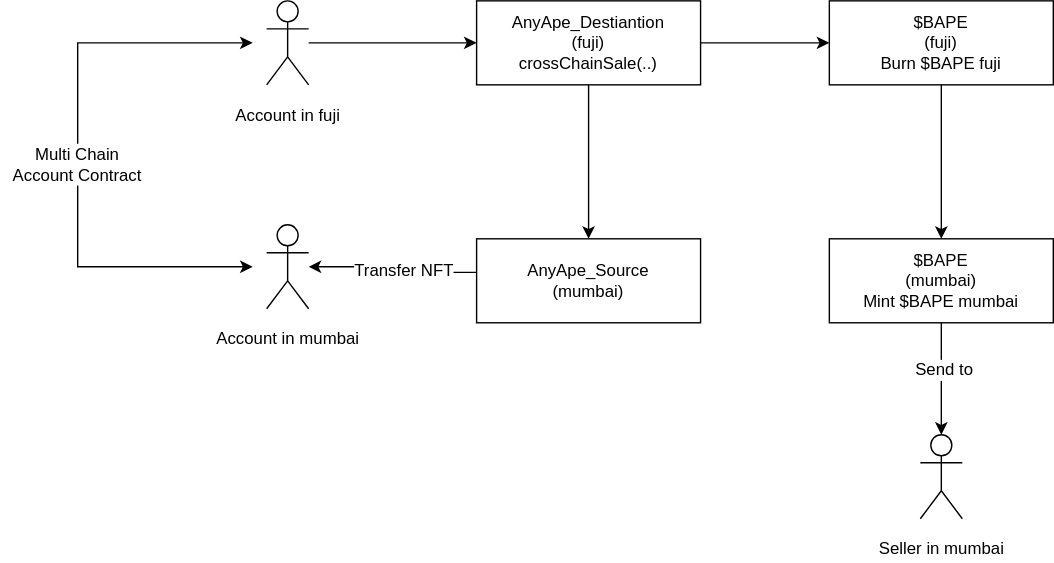
Nava-Labs/any-ape-contracts keeps this draw.io diagram as asset/CrossChainSale.svg. Above is the earlier version. Source tidied: cells renumbered, new cells last; positions are measured from the earlier drawing's top-left corner, leaving out a move shared by most shapes. Its diagram source:
```xml
<mxGraphModel>
  <root>
    <mxCell id="0" />
    <mxCell id="1" parent="0" />
    <mxCell id="2" style="group;" parent="1" vertex="1">
      <mxGeometry width="752" height="370" as="geometry" />
    </mxCell>
    <mxCell id="3" value="Multi Chain&lt;br&gt;Account Contract" style="text;html=1;strokeColor=none;fillColor=none;align=center;verticalAlign=middle;whiteSpace=wrap;rounded=0;fontSize=12;" parent="2" vertex="1">
      <mxGeometry y="102" width="110" height="30" as="geometry" />
    </mxCell>
    <mxCell id="4" style="group;" parent="2" vertex="1">
      <mxGeometry x="55" width="697" height="370" as="geometry" />
    </mxCell>
    <mxCell id="5" value="&lt;font style=&quot;font-size: 12px;&quot;&gt;Account in fuji&lt;/font&gt;" style="shape=umlActor;verticalLabelPosition=bottom;verticalAlign=top;html=1;outlineConnect=0;fontSize=20;" parent="4" vertex="1">
      <mxGeometry x="135" width="30" height="60" as="geometry" />
    </mxCell>
    <mxCell id="6" value="AnyApe_Destiantion&lt;br&gt;(fuji)&lt;br&gt;crossChainSale(..)" style="rounded=0;whiteSpace=wrap;html=1;" parent="4" vertex="1">
      <mxGeometry x="285" width="160" height="60" as="geometry" />
    </mxCell>
    <mxCell id="7" value="$BAPE&lt;br&gt;(mumbai)&lt;br&gt;Mint $BAPE mumbai" style="rounded=0;whiteSpace=wrap;html=1;" parent="4" vertex="1">
      <mxGeometry x="537" y="170" width="160" height="60" as="geometry" />
    </mxCell>
    <mxCell id="8" style="endArrow=classic;html=1;rounded=0;entryX=0;entryY=0.5;entryDx=0;entryDy=0;" parent="4" edge="1" source="5" target="6">
      <mxGeometry relative="1" as="geometry" />
    </mxCell>
    <mxCell id="9" value="&lt;font style=&quot;font-size: 12px;&quot;&gt;Seller in mumbai&lt;/font&gt;" style="shape=umlActor;verticalLabelPosition=bottom;verticalAlign=top;html=1;outlineConnect=0;fontSize=20;" parent="4" vertex="1">
      <mxGeometry x="602" y="310" width="30" height="60" as="geometry" />
    </mxCell>
    <mxCell id="10" style="edgeStyle=orthogonalEdgeStyle;rounded=0;jettySize=auto;html=1;fontSize=12;" parent="4" edge="1" source="7" target="9">
      <mxGeometry relative="1" as="geometry" />
    </mxCell>
    <mxCell id="11" value="Send to" style="edgeLabel;html=1;align=center;verticalAlign=middle;fontSize=12;" parent="10" vertex="1">
      <mxGeometry x="-0.17" y="1" relative="1" as="geometry" />
    </mxCell>
    <mxCell id="12" value="AnyApe_Source&lt;br style=&quot;border-color: var(--border-color);&quot;&gt;(mumbai)" style="rounded=0;whiteSpace=wrap;html=1;" parent="4" vertex="1">
      <mxGeometry x="285" y="170" width="160" height="60" as="geometry" />
    </mxCell>
    <mxCell id="13" value="$BAPE&lt;br&gt;(fuji)&lt;br&gt;Burn $BAPE fuji" style="rounded=0;whiteSpace=wrap;html=1;" parent="4" vertex="1">
      <mxGeometry x="537" width="160" height="60" as="geometry" />
    </mxCell>
    <mxCell id="14" style="endArrow=classic;html=1;rounded=0;fontSize=12;exitX=1;exitY=0.5;exitDx=0;exitDy=0;entryX=0;entryY=0.5;entryDx=0;entryDy=0;" parent="4" edge="1" source="6" target="13">
      <mxGeometry relative="1" as="geometry" />
    </mxCell>
    <mxCell id="15" style="endArrow=classic;html=1;rounded=0;fontSize=12;exitX=0.5;exitY=1;exitDx=0;exitDy=0;entryX=0.5;entryY=0;entryDx=0;entryDy=0;" parent="4" edge="1" source="13" target="7">
      <mxGeometry relative="1" as="geometry" />
    </mxCell>
    <mxCell id="16" style="endArrow=classic;html=1;rounded=0;fontSize=12;exitX=0.5;exitY=1;exitDx=0;exitDy=0;entryX=0.5;entryY=0;entryDx=0;entryDy=0;" parent="4" edge="1" source="6" target="12">
      <mxGeometry relative="1" as="geometry" />
    </mxCell>
    <mxCell id="17" value="&lt;font style=&quot;font-size: 12px;&quot;&gt;Account in mumbai&lt;/font&gt;" style="shape=umlActor;verticalLabelPosition=bottom;verticalAlign=top;html=1;outlineConnect=0;fontSize=20;" parent="4" vertex="1">
      <mxGeometry x="135" y="160" width="30" height="60" as="geometry" />
    </mxCell>
    <mxCell id="18" style="edgeStyle=orthogonalEdgeStyle;rounded=0;jettySize=auto;html=1;fontSize=12;exitX=0;exitY=0.4;exitDx=0;exitDy=0;exitPerimeter=0;" parent="4" edge="1" source="12" target="17">
      <mxGeometry relative="1" as="geometry" />
    </mxCell>
    <mxCell id="19" value="Transfer NFT" style="edgeLabel;html=1;align=center;verticalAlign=middle;fontSize=12;" parent="18" vertex="1">
      <mxGeometry x="-0.15" y="-2" relative="1" as="geometry" />
    </mxCell>
    <mxCell id="20" style="endArrow=classic;html=1;rounded=0;fontSize=12;exitX=0.5;exitY=0;exitDx=0;exitDy=0;" parent="4" edge="1" source="3">
      <mxGeometry relative="1" as="geometry">
        <mxPoint x="125" y="30" as="targetPoint" />
        <Array as="points">
          <mxPoint y="30" />
        </Array>
      </mxGeometry>
    </mxCell>
    <mxCell id="21" style="endArrow=classic;html=1;rounded=0;fontSize=12;exitX=0.5;exitY=1;exitDx=0;exitDy=0;" parent="4" edge="1" source="3">
      <mxGeometry relative="1" as="geometry">
        <mxPoint x="125" y="190" as="targetPoint" />
        <Array as="points">
          <mxPoint y="190" />
        </Array>
      </mxGeometry>
    </mxCell>
  </root>
</mxGraphModel>
```
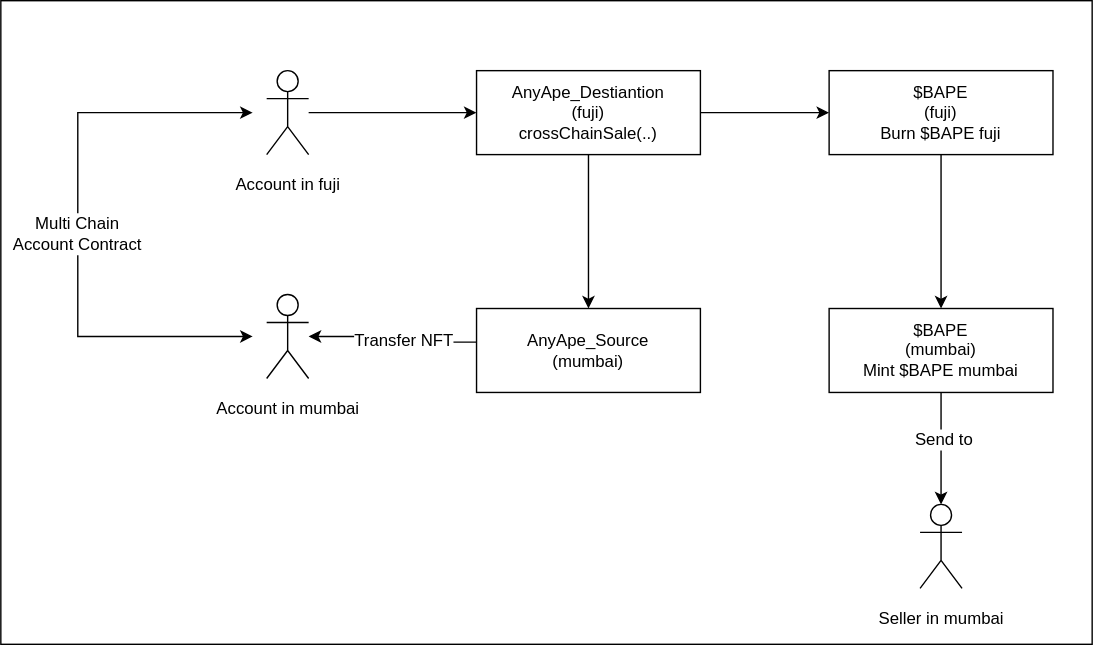
After the change.

The edit, as a diff of the source:
```diff
@@ -2,8 +2,14 @@
   <root>
     <mxCell id="0" />
     <mxCell id="1" parent="0" />
+    <mxCell id="22" style="group;" parent="1" vertex="1">
+      <mxGeometry x="5" y="-270" width="780" height="460" as="geometry" />
+    </mxCell>
+    <mxCell id="23" style="rounded=0;whiteSpace=wrap;html=1;" parent="22" vertex="1">
+      <mxGeometry width="780" height="460" as="geometry" />
+    </mxCell>
-    <mxCell id="2" style="group;" parent="1" vertex="1">
-      <mxGeometry width="752" height="370" as="geometry" />
+    <mxCell id="2" style="group;" parent="22" vertex="1">
+      <mxGeometry y="50" width="752" height="370" as="geometry" />
     </mxCell>
     <mxCell id="3" value="Multi Chain&lt;br&gt;Account Contract" style="text;html=1;strokeColor=none;fillColor=none;align=center;verticalAlign=middle;whiteSpace=wrap;rounded=0;fontSize=12;" parent="2" vertex="1">
       <mxGeometry y="102" width="110" height="30" as="geometry" />
```
